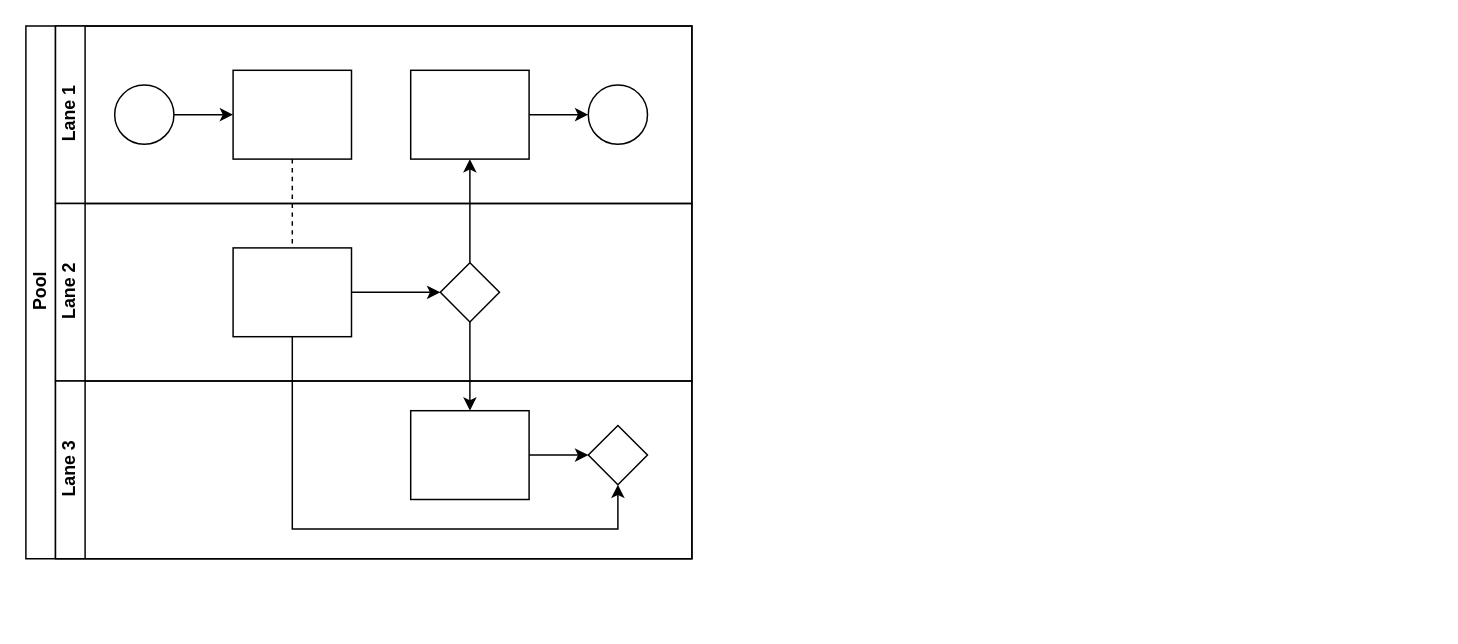
Before: Untitled Diagram.drawio in QJUNJIQ/DM22, a draw.io diagram. Source tidied: cells renumbered, new cells numbered last; positions are measured from the earlier drawing's top-left corner, leaving out a move shared by most shapes. Both pictures are drawn from the tidied source at 148%, with x=0, y=0 at pixel (25, 25).
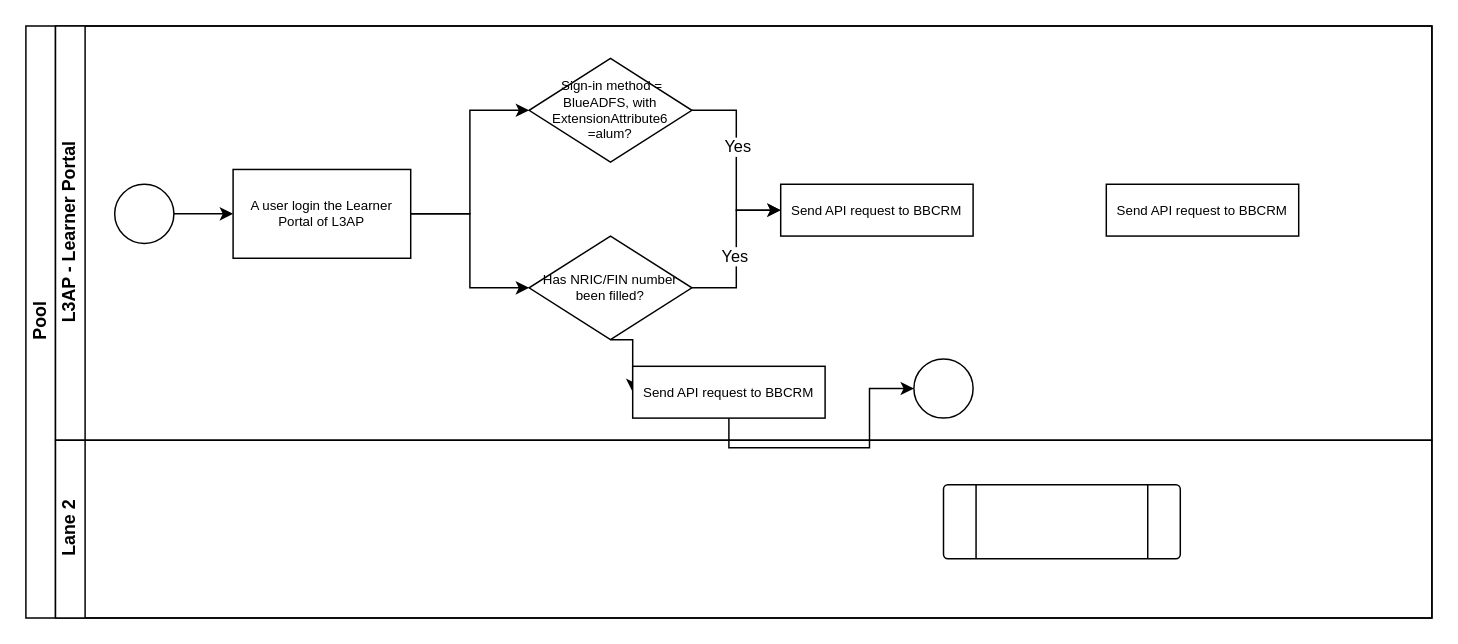
The same page after the edit.

Change to the diagram source:
```diff
@@
     <mxCell id="2" value="Pool" style="swimlane;html=1;horizontal=0;startSize=20;" parent="1" vertex="1">
-      <mxGeometry width="450" height="360" as="geometry" />
+      <mxGeometry width="950" height="400" as="geometry" />
     </mxCell>
-    <mxCell id="3" style="edgeStyle=orthogonalEdgeStyle;rounded=0;jettySize=auto;html=1;dashed=1;endArrow=none;endFill=0;" parent="2" edge="1" source="10" target="16">
-      <mxGeometry relative="1" as="geometry" />
-    </mxCell>
-    <mxCell id="4" style="edgeStyle=orthogonalEdgeStyle;rounded=0;jettySize=auto;html=1;endArrow=classic;endFill=1;" parent="2" edge="1" source="17" target="12">
-      <mxGeometry relative="1" as="geometry" />
-    </mxCell>
-    <mxCell id="5" style="edgeStyle=orthogonalEdgeStyle;rounded=0;jettySize=auto;html=1;endArrow=classic;endFill=1;" parent="2" edge="1" source="17" target="20">
-      <mxGeometry relative="1" as="geometry" />
-    </mxCell>
-    <mxCell id="6" style="edgeStyle=orthogonalEdgeStyle;rounded=0;jettySize=auto;html=1;endArrow=classic;endFill=1;" parent="2" edge="1" source="16" target="21">
-      <mxGeometry relative="1" as="geometry">
-        <Array as="points">
-          <mxPoint x="180" y="340" />
-          <mxPoint x="400" y="340" />
-        </Array>
-      </mxGeometry>
-    </mxCell>
-    <mxCell id="7" value="Lane 1" style="swimlane;html=1;startSize=20;horizontal=0;" parent="2" vertex="1">
-      <mxGeometry x="20" width="430" height="120" as="geometry" />
+    <mxCell id="7" value="L3AP - Learner Portal" style="swimlane;html=1;startSize=20;horizontal=0;" parent="2" vertex="1">
+      <mxGeometry x="20" width="930" height="280" as="geometry" />
     </mxCell>
@@
     <mxCell id="9" style="ellipse;whiteSpace=wrap;html=1;" parent="7" vertex="1">
-      <mxGeometry x="40" y="40" width="40" height="40" as="geometry" />
+      <mxGeometry x="40" y="107" width="40" height="40" as="geometry" />
     </mxCell>
-    <mxCell id="10" style="rounded=0;whiteSpace=wrap;html=1;fontFamily=Helvetica;fontSize=12;fontColor=#000000;align=center;" parent="7" vertex="1">
-      <mxGeometry x="120" y="30" width="80" height="60" as="geometry" />
+    <mxCell id="10" value="A user login the Learner Portal of L3AP" style="rounded=0;whiteSpace=wrap;html=1;fontFamily=Helvetica;fontSize=9;fontColor=#000000;align=center;" parent="7" vertex="1">
+      <mxGeometry x="120" y="97" width="120" height="60" as="geometry" />
     </mxCell>
-    <mxCell id="11" style="edgeStyle=orthogonalEdgeStyle;rounded=0;jettySize=auto;html=1;endArrow=classic;endFill=1;" parent="7" edge="1" source="12" target="13">
-      <mxGeometry relative="1" as="geometry" />
-    </mxCell>
-    <mxCell id="12" style="rounded=0;whiteSpace=wrap;html=1;fontFamily=Helvetica;fontSize=12;fontColor=#000000;align=center;" parent="7" vertex="1">
-      <mxGeometry x="240" y="30" width="80" height="60" as="geometry" />
-    </mxCell>
+    <mxCell id="5" style="edgeStyle=orthogonalEdgeStyle;rounded=0;orthogonalLoop=1;jettySize=auto;html=1;endArrow=classic;endFill=1;" parent="7" edge="1">
+      <mxGeometry relative="1" as="geometry">
+        <mxPoint x="440" y="380" as="sourcePoint" />
+        <mxPoint x="440" y="380" as="targetPoint" />
+      </mxGeometry>
+    </mxCell>
     <mxCell id="13" style="ellipse;whiteSpace=wrap;html=1;" parent="7" vertex="1">
-      <mxGeometry x="360" y="40" width="40" height="40" as="geometry" />
+      <mxGeometry x="580" y="225" width="40" height="40" as="geometry" />
     </mxCell>
+    <mxCell id="22" value="&amp;nbsp;Sign-in method = BlueADFS,&amp;nbsp;with ExtensionAttribute6&lt;br style=&quot;font-size: 9px;&quot;&gt;=alum?" style="rhombus;whiteSpace=wrap;html=1;fontFamily=Helvetica;fontSize=9;fontColor=#000000;align=center;" parent="7" vertex="1">
+      <mxGeometry x="320" y="22" width="110" height="70" as="geometry" />
+    </mxCell>
+    <mxCell id="15" style="edgeStyle=orthogonalEdgeStyle;rounded=0;jettySize=auto;html=1;endArrow=classic;endFill=1;exitX=1;exitY=0.5;exitDx=0;exitDy=0;entryX=0;entryY=0.5;entryDx=0;entryDy=0;" parent="7" edge="1" source="10" target="22">
+      <mxGeometry relative="1" as="geometry" />
+    </mxCell>
+    <mxCell id="23" style="edgeStyle=orthogonalEdgeStyle;rounded=0;jettySize=auto;html=1;endArrow=classic;endFill=1;exitX=1;exitY=0.5;exitDx=0;exitDy=0;" parent="7" edge="1" source="10" target="26">
+      <mxGeometry relative="1" as="geometry" />
+    </mxCell>
+    <mxCell id="16" value="Send API request to BBCRM" style="rounded=0;whiteSpace=wrap;html=1;fontFamily=Helvetica;fontSize=9;fontColor=#000000;align=center;" parent="7" vertex="1">
+      <mxGeometry x="490" y="107" width="130" height="35" as="geometry" />
+    </mxCell>
+    <mxCell id="24" style="edgeStyle=orthogonalEdgeStyle;rounded=0;jettySize=auto;html=1;endArrow=classic;endFill=1;entryX=0;entryY=0.5;entryDx=0;entryDy=0;" parent="7" edge="1" source="26" target="16">
+      <mxGeometry relative="1" as="geometry" />
+    </mxCell>
+    <mxCell id="25" value="Yes" style="edgeLabel;html=1;align=center;verticalAlign=middle;" parent="24" vertex="1">
+      <mxGeometry x="-0.08" y="2" relative="1" as="geometry" />
+    </mxCell>
+    <mxCell id="26" value="Has NRIC/FIN number &lt;br&gt;been filled?" style="rhombus;whiteSpace=wrap;html=1;fontFamily=Helvetica;fontSize=9;fontColor=#000000;align=center;" parent="7" vertex="1">
+      <mxGeometry x="320" y="142" width="110" height="70" as="geometry" />
+    </mxCell>
+    <mxCell id="27" style="edgeStyle=orthogonalEdgeStyle;rounded=0;jettySize=auto;html=1;endArrow=classic;endFill=1;exitX=1;exitY=0.5;exitDx=0;exitDy=0;entryX=0;entryY=0.5;entryDx=0;entryDy=0;" parent="7" edge="1" source="22" target="16">
+      <mxGeometry relative="1" as="geometry" />
+    </mxCell>
+    <mxCell id="28" value="Yes" style="edgeLabel;html=1;align=center;verticalAlign=middle;" parent="27" vertex="1">
+      <mxGeometry x="-0.16" relative="1" as="geometry" />
+    </mxCell>
+    <mxCell id="29" value="Send API request to BBCRM" style="rounded=0;whiteSpace=wrap;html=1;fontFamily=Helvetica;fontSize=9;fontColor=#000000;align=center;" parent="7" vertex="1">
+      <mxGeometry x="710" y="107" width="130" height="35" as="geometry" />
+    </mxCell>
+    <mxCell id="30" style="edgeStyle=orthogonalEdgeStyle;rounded=0;jettySize=auto;html=1;endArrow=classic;endFill=1;exitX=0.5;exitY=1;exitDx=0;exitDy=0;entryX=0;entryY=0.5;entryDx=0;entryDy=0;" parent="7" edge="1" source="32" target="13">
+      <mxGeometry relative="1" as="geometry" />
+    </mxCell>
+    <mxCell id="31" style="edgeStyle=orthogonalEdgeStyle;rounded=0;jettySize=auto;html=1;endArrow=classic;endFill=1;exitX=0.5;exitY=1;exitDx=0;exitDy=0;entryX=0;entryY=0.5;entryDx=0;entryDy=0;" parent="7" edge="1" source="26" target="32">
+      <mxGeometry relative="1" as="geometry" />
+    </mxCell>
+    <mxCell id="32" value="Send API request to BBCRM" style="rounded=0;whiteSpace=wrap;html=1;fontFamily=Helvetica;fontSize=9;fontColor=#000000;align=center;" parent="7" vertex="1">
+      <mxGeometry x="390" y="230" width="130" height="35" as="geometry" />
+    </mxCell>
     <mxCell id="14" value="Lane 2" style="swimlane;html=1;startSize=20;horizontal=0;" parent="2" vertex="1">
-      <mxGeometry x="20" y="120" width="430" height="120" as="geometry" />
+      <mxGeometry x="20" y="280" width="930" height="120" as="geometry" />
     </mxCell>
-    <mxCell id="15" style="edgeStyle=orthogonalEdgeStyle;rounded=0;jettySize=auto;html=1;endArrow=classic;endFill=1;" parent="14" edge="1" source="16" target="17">
-      <mxGeometry relative="1" as="geometry" />
-    </mxCell>
-    <mxCell id="16" style="rounded=0;whiteSpace=wrap;html=1;fontFamily=Helvetica;fontSize=12;fontColor=#000000;align=center;" parent="14" vertex="1">
-      <mxGeometry x="120" y="30" width="80" height="60" as="geometry" />
-    </mxCell>
-    <mxCell id="17" style="rhombus;whiteSpace=wrap;html=1;fontFamily=Helvetica;fontSize=12;fontColor=#000000;align=center;" parent="14" vertex="1">
-      <mxGeometry x="260" y="40" width="40" height="40" as="geometry" />
-    </mxCell>
-    <mxCell id="18" value="Lane 3" style="swimlane;html=1;startSize=20;horizontal=0;" parent="2" vertex="1">
-      <mxGeometry x="20" y="240" width="430" height="120" as="geometry" />
-    </mxCell>
-    <mxCell id="19" style="edgeStyle=orthogonalEdgeStyle;rounded=0;jettySize=auto;html=1;endArrow=classic;endFill=1;" parent="18" edge="1" source="20" target="21">
-      <mxGeometry relative="1" as="geometry" />
-    </mxCell>
-    <mxCell id="20" style="rounded=0;whiteSpace=wrap;html=1;fontFamily=Helvetica;fontSize=12;fontColor=#000000;align=center;" parent="18" vertex="1">
-      <mxGeometry x="240" y="20" width="80" height="60" as="geometry" />
-    </mxCell>
-    <mxCell id="21" style="rhombus;whiteSpace=wrap;html=1;fontFamily=Helvetica;fontSize=12;fontColor=#000000;align=center;" parent="18" vertex="1">
-      <mxGeometry x="360" y="30" width="40" height="40" as="geometry" />
-    </mxCell>
+    <mxCell id="33" style="verticalLabelPosition=bottom;verticalAlign=top;html=1;shape=process;whiteSpace=wrap;rounded=1;size=0.14;arcSize=6;" parent="14" vertex="1">
+      <mxGeometry x="600" y="30" width="160" height="50" as="geometry" />
+    </mxCell>
```
